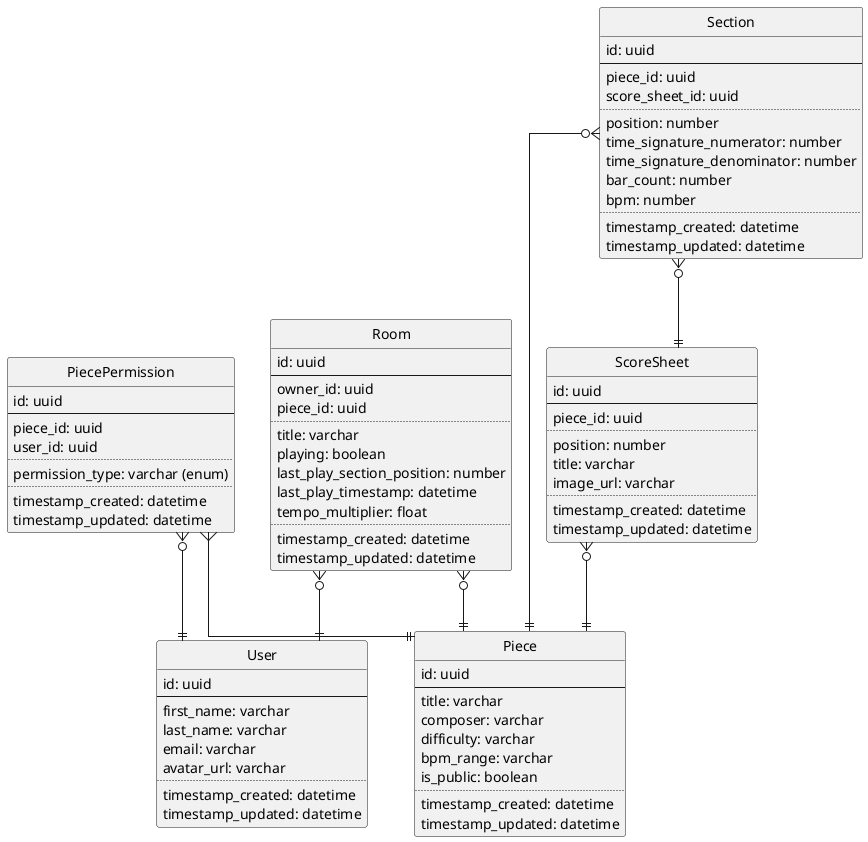
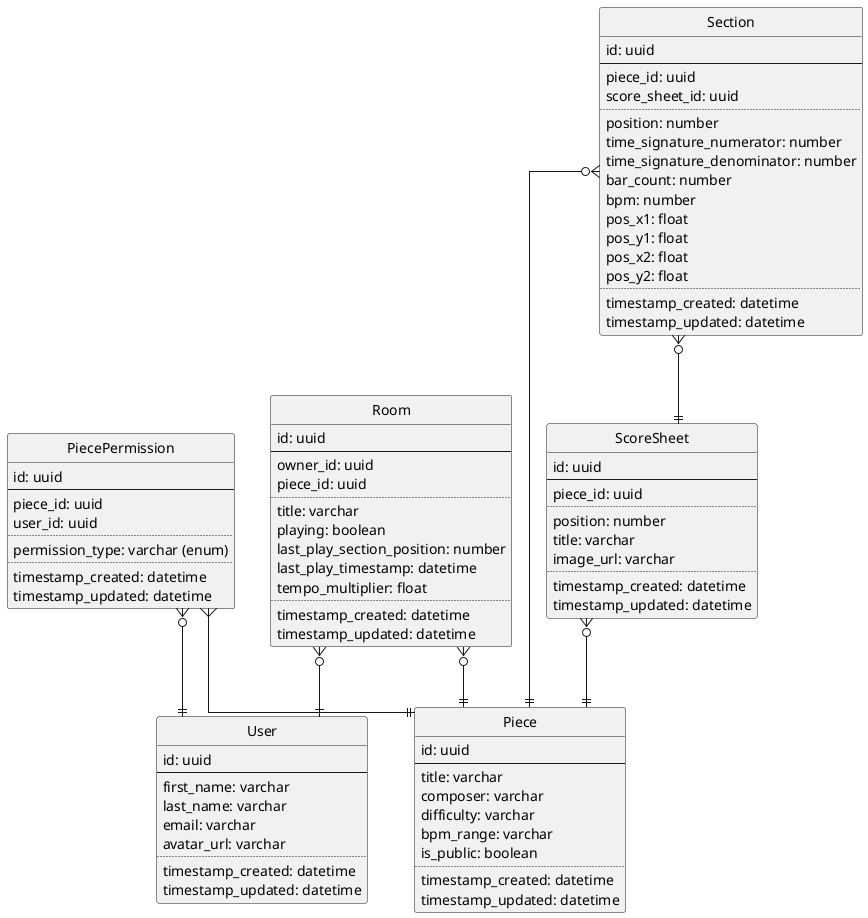
@startuml
'https://plantuml.com/class-diagram

' configuration
hide circle
skinparam linetype ortho

' User model
entity "User" as user {
  id: uuid
  --
  first_name: varchar
  last_name: varchar
  email: varchar
  avatar_url: varchar
  ..
  timestamp_created: datetime
  timestamp_updated: datetime
}

' Piece model
entity "Piece" as piece {
  id: uuid
  --
  title: varchar
  composer: varchar
  difficulty: varchar
  bpm_range: varchar
  is_public: boolean
  ..
  timestamp_created: datetime
  timestamp_updated: datetime
}

' ScoreSheet model
entity "ScoreSheet" as scoresheet {
  id: uuid
  --
  piece_id: uuid
  ..
  position: number
  title: varchar
  image_url: varchar
  ..
  timestamp_created: datetime
  timestamp_updated: datetime
}

' Section model
entity "Section" as section {
  id: uuid
  --
  piece_id: uuid
  score_sheet_id: uuid
  ..
  position: number
  time_signature_numerator: number
  time_signature_denominator: number
  bar_count: number
  bpm: number
+   pos_x1: float
+   pos_y1: float
+   pos_x2: float
+   pos_y2: float
  ..
  timestamp_created: datetime
  timestamp_updated: datetime
}

' PiecePermission model
entity "PiecePermission" as piecepermission {
  id: uuid
  --
  piece_id: uuid
  user_id: uuid
  ..
  permission_type: varchar (enum)
  ..
  timestamp_created: datetime
  timestamp_updated: datetime
}

' Room model
entity "Room" as room {
  id: uuid
  --
  owner_id: uuid
  piece_id: uuid
  ..
  title: varchar
  playing: boolean
  last_play_section_position: number
  last_play_timestamp: datetime
  tempo_multiplier: float
  ..
  timestamp_created: datetime
  timestamp_updated: datetime
}

' Relationships
scoresheet }o--|| piece
section }o--|| piece
section }o--|| scoresheet
piecepermission }o--|| user
piecepermission }--|| piece
room }o--|| user
room }o--|| piece

@enduml